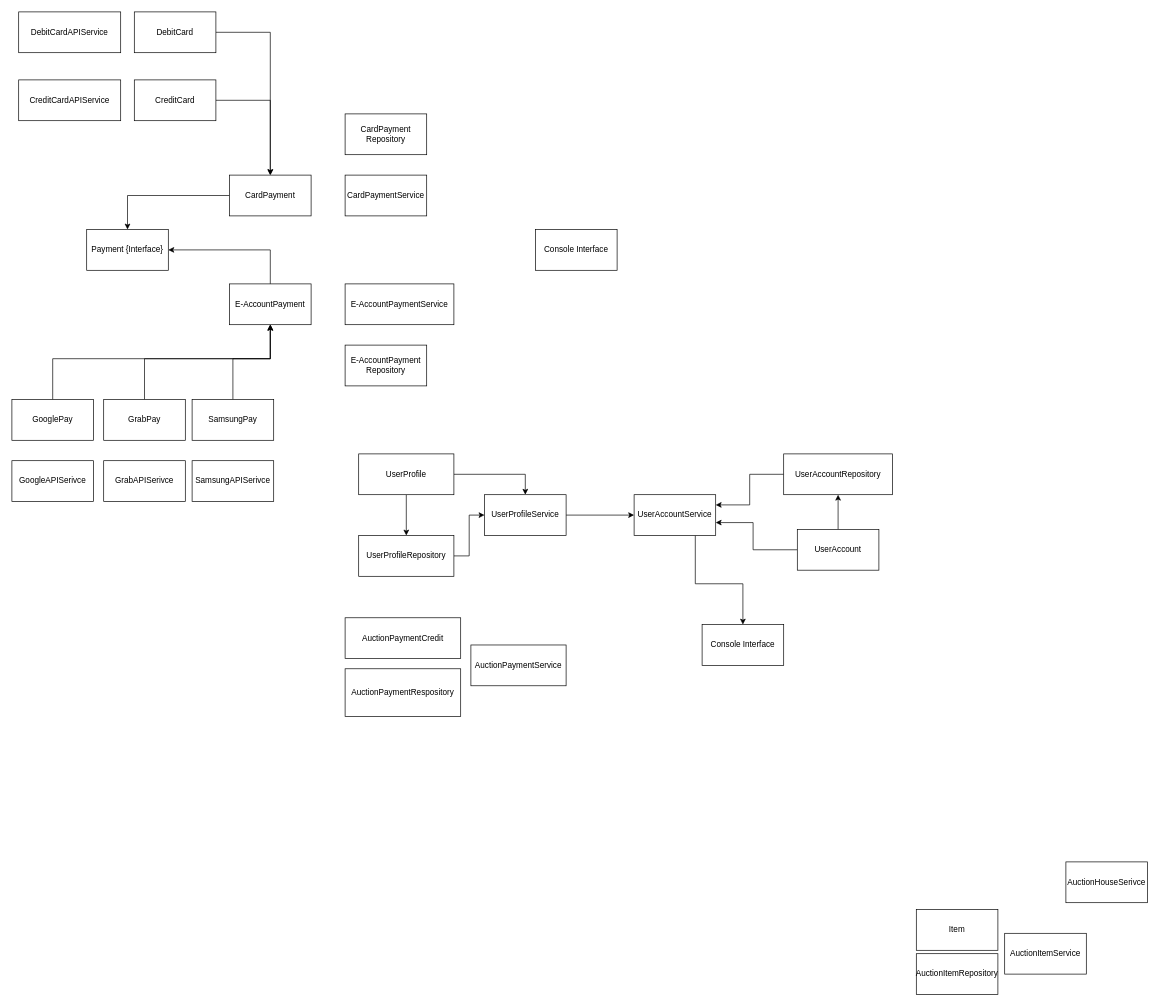
Above: page "Page-1" (1 of 2) of solid_principles/AuctionHouse.drawio in csyviroy/java-programming (draw.io), before the change. Source tidied: cells renumbered, new cells numbered last; positions are measured from the earlier drawing's top-left corner, leaving out a move shared by most shapes. Both pictures are drawn from the tidied source at 68%, with x=0, y=0 at pixel (12, 12).
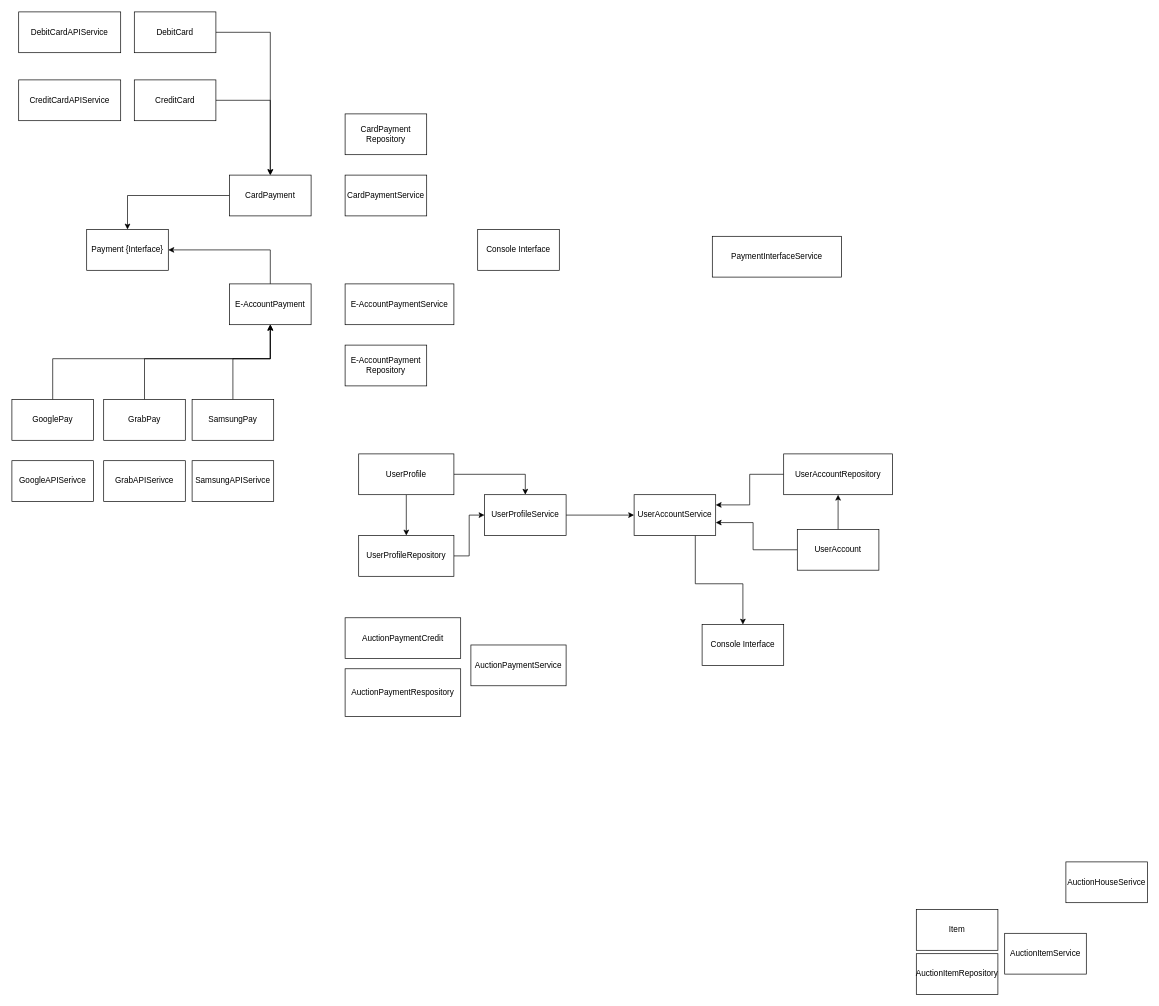
Above is the later version.

Change to the diagram source:
```diff
@@
     <mxCell id="31" value="Console Interface" style="whiteSpace=wrap;html=1;" parent="1" vertex="1">
-      <mxGeometry x="770" y="320" width="120" height="60" as="geometry" />
+      <mxGeometry x="685" y="320" width="120" height="60" as="geometry" />
     </mxCell>
@@
+    <mxCell id="49" value="PaymentInterfaceService" style="whiteSpace=wrap;html=1;" parent="1" vertex="1">
+      <mxGeometry x="1030" y="330" width="190" height="60" as="geometry" />
+    </mxCell>
```
